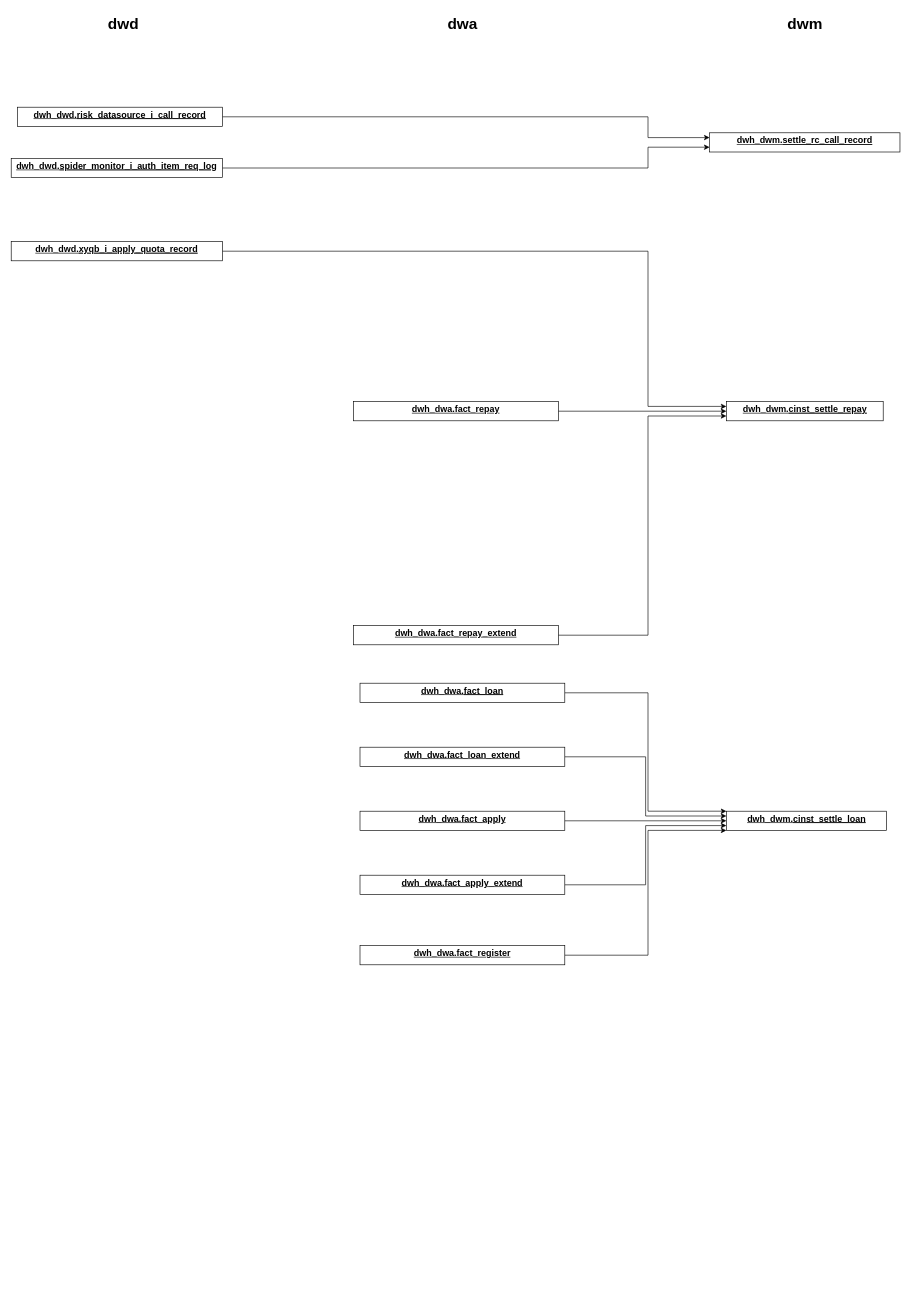
This is dw_layers.drawio from wangsun870/drawio, a draw.io file, before an edit. Source tidied: cells renumbered, new cells numbered last; positions are measured from the earlier drawing's top-left corner, leaving out a move shared by most shapes. Both pictures are drawn from the tidied source at 64%, with x=0, y=0 at pixel (11, 11).
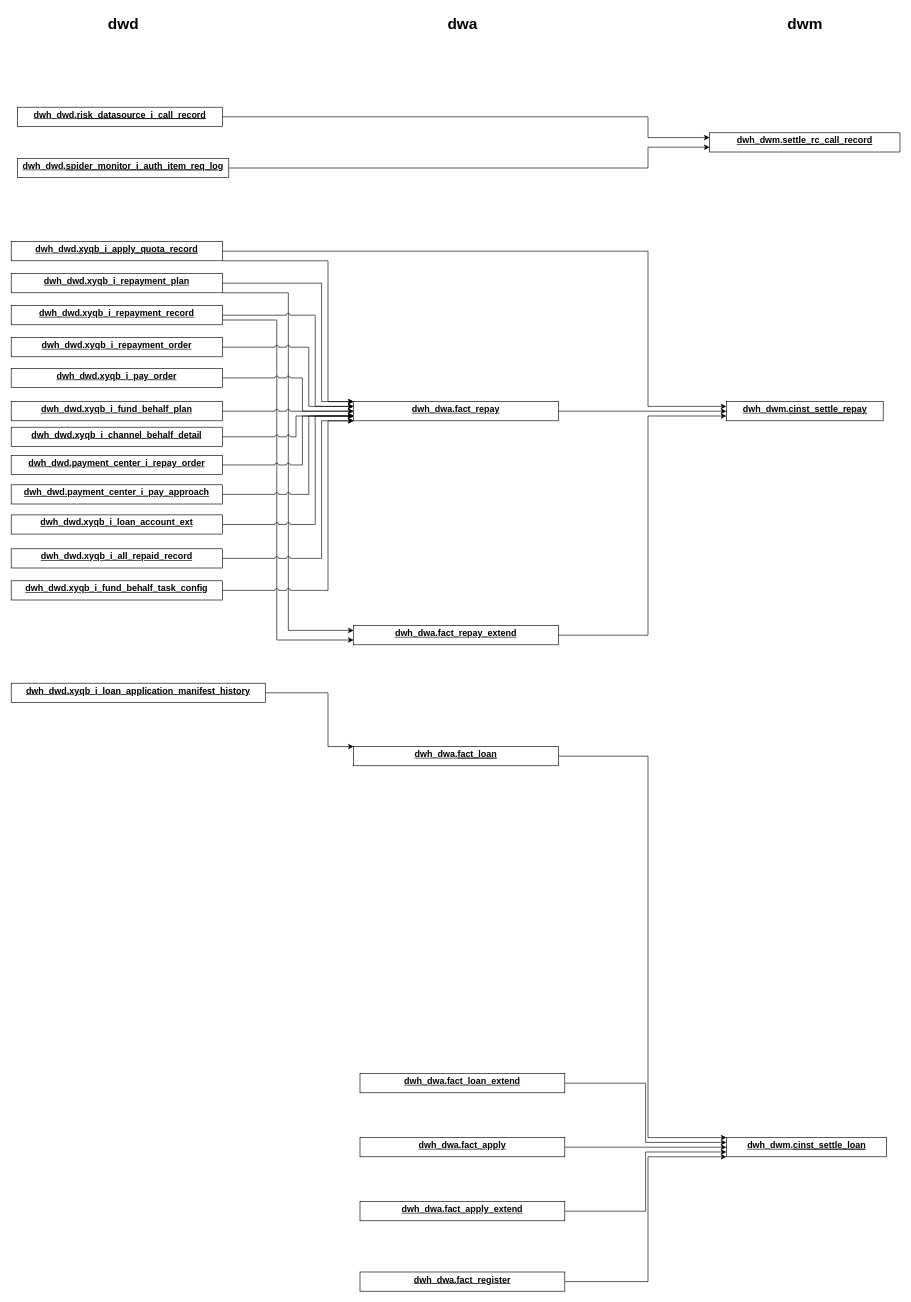
Above is the later version.

Unchanged cells that the change refers to:
```xml
<mxCell id="17" value="&lt;p style=&quot;margin: 4px 0px 0px ; text-align: center&quot;&gt;&lt;span style=&quot;font-size: 14px&quot;&gt;&lt;b&gt;&lt;u&gt;dwh_dwa.fact_repay&lt;/u&gt;&lt;/b&gt;&lt;/span&gt;&lt;br&gt;&lt;/p&gt;" style="verticalAlign=top;align=left;overflow=fill;fontSize=12;fontFamily=Helvetica;html=1;rounded=0;shadow=0;comic=0;labelBackgroundColor=none;strokeWidth=1;" parent="1" vertex="1">
  <mxGeometry x="535" y="610" width="320" height="30" as="geometry" />
</mxCell>
<mxCell id="19" value="&lt;p style=&quot;margin: 4px 0px 0px ; text-align: center&quot;&gt;&lt;span style=&quot;font-size: 14px&quot;&gt;&lt;b&gt;&lt;u&gt;dwh_dwa.fact_repay_extend&lt;/u&gt;&lt;/b&gt;&lt;/span&gt;&lt;br&gt;&lt;/p&gt;" style="verticalAlign=top;align=left;overflow=fill;fontSize=12;fontFamily=Helvetica;html=1;rounded=0;shadow=0;comic=0;labelBackgroundColor=none;strokeWidth=1;" parent="1" vertex="1">
  <mxGeometry x="535" y="960" width="320" height="30" as="geometry" />
</mxCell>
<mxCell id="27" value="&lt;p style=&quot;margin: 0px ; margin-top: 4px ; text-align: center ; text-decoration: underline&quot;&gt;&lt;b&gt;&lt;font style=&quot;font-size: 14px&quot;&gt;dwh_dwd.&lt;/font&gt;&lt;/b&gt;&lt;b style=&quot;font-size: 14px&quot;&gt;&lt;u&gt;xyqb_i_apply_quota_record&lt;/u&gt;&lt;/b&gt;&lt;/p&gt;" style="verticalAlign=top;align=left;overflow=fill;fontSize=12;fontFamily=Helvetica;html=1;rounded=0;shadow=0;comic=0;labelBackgroundColor=none;strokeWidth=1;" parent="1" vertex="1">
  <mxGeometry y="360" width="330" height="30" as="geometry" />
</mxCell>
```

What changed in the source:
```diff
@@
     <mxCell id="5" value="&lt;p style=&quot;margin: 0px ; margin-top: 4px ; text-align: center ; text-decoration: underline&quot;&gt;&lt;b&gt;&lt;font style=&quot;font-size: 14px&quot;&gt;dwh_dwm.&lt;/font&gt;&lt;/b&gt;&lt;b style=&quot;font-size: 14px&quot;&gt;&lt;u&gt;cinst_settle_loan&lt;/u&gt;&lt;/b&gt;&lt;/p&gt;&lt;p style=&quot;margin: 0px ; margin-top: 4px ; text-align: center ; text-decoration: underline&quot;&gt;&lt;b&gt;&lt;br&gt;&lt;/b&gt;&lt;/p&gt;" style="verticalAlign=top;align=left;overflow=fill;fontSize=12;fontFamily=Helvetica;html=1;rounded=0;shadow=0;comic=0;labelBackgroundColor=none;strokeWidth=1;" parent="1" vertex="1">
-      <mxGeometry x="1117.5" y="1250" width="250" height="30" as="geometry" />
+      <mxGeometry x="1117.5" y="1760" width="250" height="30" as="geometry" />
     </mxCell>
@@
     <mxCell id="11" value="&lt;p style=&quot;margin: 0px ; margin-top: 4px ; text-align: center ; text-decoration: underline&quot;&gt;&lt;b&gt;&lt;font style=&quot;font-size: 14px&quot;&gt;dwh_dwd.&lt;/font&gt;&lt;/b&gt;&lt;b style=&quot;font-size: 14px&quot;&gt;&lt;u&gt;spider_monitor_i_auth_item_req_log&lt;/u&gt;&lt;/b&gt;&lt;/p&gt;&lt;p style=&quot;margin: 0px ; margin-top: 4px ; text-align: center ; text-decoration: underline&quot;&gt;&lt;b&gt;&lt;br&gt;&lt;/b&gt;&lt;/p&gt;" style="verticalAlign=top;align=left;overflow=fill;fontSize=12;fontFamily=Helvetica;html=1;rounded=0;shadow=0;comic=0;labelBackgroundColor=none;strokeWidth=1;" parent="1" vertex="1">
-      <mxGeometry y="230" width="330" height="30" as="geometry" />
+      <mxGeometry x="10" y="230" width="330" height="30" as="geometry" />
     </mxCell>
     <mxCell id="12" style="edgeStyle=orthogonalEdgeStyle;rounded=0;jettySize=auto;html=1;entryX=0;entryY=0;entryDx=0;entryDy=0;" parent="1" edge="1" source="13" target="5">
       <mxGeometry relative="1" as="geometry">
         <Array as="points">
-          <mxPoint x="995" y="1065" />
-          <mxPoint x="995" y="1250" />
+          <mxPoint x="695" y="1164" />
+          <mxPoint x="995" y="1164" />
+          <mxPoint x="995" y="1760" />
         </Array>
       </mxGeometry>
     </mxCell>
     <mxCell id="13" value="&lt;p style=&quot;margin: 0px ; margin-top: 4px ; text-align: center ; text-decoration: underline&quot;&gt;&lt;b&gt;&lt;font style=&quot;font-size: 14px&quot;&gt;dwh_dwa.&lt;/font&gt;&lt;/b&gt;&lt;b style=&quot;font-size: 14px&quot;&gt;&lt;u&gt;fact_loan&lt;/u&gt;&lt;/b&gt;&lt;/p&gt;&lt;p style=&quot;margin: 0px ; margin-top: 4px ; text-align: center ; text-decoration: underline&quot;&gt;&lt;b&gt;&lt;br&gt;&lt;/b&gt;&lt;/p&gt;" style="verticalAlign=top;align=left;overflow=fill;fontSize=12;fontFamily=Helvetica;html=1;rounded=0;shadow=0;comic=0;labelBackgroundColor=none;strokeWidth=1;" parent="1" vertex="1">
-      <mxGeometry x="545" y="1050" width="320" height="30" as="geometry" />
+      <mxGeometry x="535" y="1149" width="320" height="30" as="geometry" />
     </mxCell>
@@
     <mxCell id="15" value="&lt;p style=&quot;margin: 4px 0px 0px ; text-align: center&quot;&gt;&lt;span style=&quot;font-size: 14px&quot;&gt;&lt;b&gt;&lt;u&gt;dwh_dwa.fact_loan_extend&lt;/u&gt;&lt;/b&gt;&lt;/span&gt;&lt;br&gt;&lt;/p&gt;" style="verticalAlign=top;align=left;overflow=fill;fontSize=12;fontFamily=Helvetica;html=1;rounded=0;shadow=0;comic=0;labelBackgroundColor=none;strokeWidth=1;" parent="1" vertex="1">
-      <mxGeometry x="545" y="1150" width="320" height="30" as="geometry" />
+      <mxGeometry x="545" y="1660" width="320" height="30" as="geometry" />
     </mxCell>
@@
     <mxCell id="21" value="&lt;p style=&quot;margin: 4px 0px 0px ; text-align: center&quot;&gt;&lt;span style=&quot;font-size: 14px&quot;&gt;&lt;b&gt;&lt;u&gt;dwh_dwa.fact_apply&lt;/u&gt;&lt;/b&gt;&lt;/span&gt;&lt;br&gt;&lt;/p&gt;" style="verticalAlign=top;align=left;overflow=fill;fontSize=12;fontFamily=Helvetica;html=1;rounded=0;shadow=0;comic=0;labelBackgroundColor=none;strokeWidth=1;" parent="1" vertex="1">
-      <mxGeometry x="545" y="1250" width="320" height="30" as="geometry" />
+      <mxGeometry x="545" y="1760" width="320" height="30" as="geometry" />
     </mxCell>
@@
     <mxCell id="23" value="&lt;p style=&quot;margin: 4px 0px 0px ; text-align: center&quot;&gt;&lt;span style=&quot;font-size: 14px&quot;&gt;&lt;b&gt;&lt;u&gt;dwh_dwa.fact_apply_extend&lt;/u&gt;&lt;/b&gt;&lt;/span&gt;&lt;br&gt;&lt;/p&gt;" style="verticalAlign=top;align=left;overflow=fill;fontSize=12;fontFamily=Helvetica;html=1;rounded=0;shadow=0;comic=0;labelBackgroundColor=none;strokeWidth=1;" parent="1" vertex="1">
-      <mxGeometry x="545" y="1350" width="320" height="30" as="geometry" />
+      <mxGeometry x="545" y="1860" width="320" height="30" as="geometry" />
     </mxCell>
     <mxCell id="24" style="edgeStyle=orthogonalEdgeStyle;rounded=0;jettySize=auto;html=1;entryX=0;entryY=1;entryDx=0;entryDy=0;" parent="1" edge="1" source="25" target="5">
       <mxGeometry relative="1" as="geometry">
         <Array as="points">
-          <mxPoint x="995" y="1475" />
-          <mxPoint x="995" y="1280" />
+          <mxPoint x="995" y="1985" />
+          <mxPoint x="995" y="1790" />
         </Array>
       </mxGeometry>
     </mxCell>
     <mxCell id="25" value="&lt;p style=&quot;margin: 4px 0px 0px ; text-align: center&quot;&gt;&lt;span style=&quot;font-size: 14px&quot;&gt;&lt;b&gt;&lt;u&gt;dwh_dwa.fact_register&lt;/u&gt;&lt;/b&gt;&lt;/span&gt;&lt;br&gt;&lt;/p&gt;" style="verticalAlign=top;align=left;overflow=fill;fontSize=12;fontFamily=Helvetica;html=1;rounded=0;shadow=0;comic=0;labelBackgroundColor=none;strokeWidth=1;" parent="1" vertex="1">
-      <mxGeometry x="545" y="1460" width="320" height="30" as="geometry" />
+      <mxGeometry x="545" y="1970" width="320" height="30" as="geometry" />
     </mxCell>
@@
+    <mxCell id="28" style="edgeStyle=orthogonalEdgeStyle;rounded=0;jettySize=auto;html=1;entryX=0;entryY=0;entryDx=0;entryDy=0;jumpStyle=arc;" parent="1" edge="1" source="27" target="17">
+      <mxGeometry relative="1" as="geometry">
+        <Array as="points">
+          <mxPoint x="495" y="390" />
+          <mxPoint x="495" y="610" />
+        </Array>
+      </mxGeometry>
+    </mxCell>
@@
+    <mxCell id="29" style="edgeStyle=orthogonalEdgeStyle;rounded=0;jettySize=auto;html=1;entryX=0;entryY=0;entryDx=0;entryDy=0;jumpStyle=arc;" parent="1" edge="1" source="31" target="17">
+      <mxGeometry relative="1" as="geometry">
+        <Array as="points">
+          <mxPoint x="485" y="425" />
+          <mxPoint x="485" y="610" />
+        </Array>
+      </mxGeometry>
+    </mxCell>
+    <mxCell id="30" style="edgeStyle=orthogonalEdgeStyle;rounded=0;jettySize=auto;html=1;entryX=0;entryY=0.25;entryDx=0;entryDy=0;jumpStyle=arc;" parent="1" edge="1" source="31" target="19">
+      <mxGeometry relative="1" as="geometry">
+        <Array as="points">
+          <mxPoint x="433" y="440" />
+          <mxPoint x="433" y="968" />
+        </Array>
+      </mxGeometry>
+    </mxCell>
+    <mxCell id="31" value="&lt;p style=&quot;margin: 4px 0px 0px ; text-align: center&quot;&gt;&lt;span style=&quot;font-size: 14px&quot;&gt;&lt;b&gt;&lt;u&gt;dwh_dwd.xyqb_i_repayment_plan&lt;/u&gt;&lt;/b&gt;&lt;/span&gt;&lt;br&gt;&lt;/p&gt;" style="verticalAlign=top;align=left;overflow=fill;fontSize=12;fontFamily=Helvetica;html=1;rounded=0;shadow=0;comic=0;labelBackgroundColor=none;strokeWidth=1;" parent="1" vertex="1">
+      <mxGeometry y="410" width="330" height="30" as="geometry" />
+    </mxCell>
+    <mxCell id="32" style="edgeStyle=orthogonalEdgeStyle;rounded=0;jettySize=auto;html=1;entryX=0;entryY=0.25;entryDx=0;entryDy=0;jumpStyle=arc;" parent="1" edge="1" source="34" target="17">
+      <mxGeometry relative="1" as="geometry">
+        <Array as="points">
+          <mxPoint x="475" y="475" />
+          <mxPoint x="475" y="618" />
+        </Array>
+      </mxGeometry>
+    </mxCell>
+    <mxCell id="33" style="edgeStyle=orthogonalEdgeStyle;rounded=0;jumpStyle=arc;jettySize=auto;html=1;entryX=0;entryY=0.75;entryDx=0;entryDy=0;exitX=1;exitY=0.75;exitDx=0;exitDy=0;" parent="1" edge="1" source="34" target="19">
+      <mxGeometry relative="1" as="geometry">
+        <Array as="points">
+          <mxPoint x="415" y="483" />
+          <mxPoint x="415" y="983" />
+        </Array>
+      </mxGeometry>
+    </mxCell>
+    <mxCell id="34" value="&lt;p style=&quot;margin: 4px 0px 0px ; text-align: center&quot;&gt;&lt;span style=&quot;font-size: 14px&quot;&gt;&lt;b&gt;&lt;u&gt;dwh_dwd.xyqb_i_repayment_record&lt;/u&gt;&lt;/b&gt;&lt;/span&gt;&lt;br&gt;&lt;/p&gt;" style="verticalAlign=top;align=left;overflow=fill;fontSize=12;fontFamily=Helvetica;html=1;rounded=0;shadow=0;comic=0;labelBackgroundColor=none;strokeWidth=1;" parent="1" vertex="1">
+      <mxGeometry y="460" width="330" height="30" as="geometry" />
+    </mxCell>
+    <mxCell id="35" style="edgeStyle=orthogonalEdgeStyle;rounded=0;jettySize=auto;html=1;entryX=0;entryY=0.25;entryDx=0;entryDy=0;jumpStyle=arc;" parent="1" edge="1" source="36" target="17">
+      <mxGeometry relative="1" as="geometry">
+        <Array as="points">
+          <mxPoint x="465" y="525" />
+          <mxPoint x="465" y="618" />
+        </Array>
+      </mxGeometry>
+    </mxCell>
+    <mxCell id="36" value="&lt;p style=&quot;margin: 4px 0px 0px ; text-align: center&quot;&gt;&lt;span style=&quot;font-size: 14px&quot;&gt;&lt;b&gt;&lt;u&gt;dwh_dwd.xyqb_i_repayment_order&lt;/u&gt;&lt;/b&gt;&lt;/span&gt;&lt;br&gt;&lt;/p&gt;" style="verticalAlign=top;align=left;overflow=fill;fontSize=12;fontFamily=Helvetica;html=1;rounded=0;shadow=0;comic=0;labelBackgroundColor=none;strokeWidth=1;" parent="1" vertex="1">
+      <mxGeometry y="510" width="330" height="30" as="geometry" />
+    </mxCell>
+    <mxCell id="37" style="edgeStyle=orthogonalEdgeStyle;rounded=0;jettySize=auto;html=1;entryX=0;entryY=0.5;entryDx=0;entryDy=0;jumpStyle=arc;" parent="1" edge="1" source="38" target="17">
+      <mxGeometry relative="1" as="geometry">
+        <Array as="points">
+          <mxPoint x="455" y="573" />
+          <mxPoint x="455" y="625" />
+        </Array>
+      </mxGeometry>
+    </mxCell>
+    <mxCell id="38" value="&lt;p style=&quot;margin: 4px 0px 0px ; text-align: center&quot;&gt;&lt;span style=&quot;font-size: 14px&quot;&gt;&lt;b&gt;&lt;u&gt;dwh_dwd.xyqb_i_pay_order&lt;/u&gt;&lt;/b&gt;&lt;/span&gt;&lt;br&gt;&lt;/p&gt;" style="verticalAlign=top;align=left;overflow=fill;fontSize=12;fontFamily=Helvetica;html=1;rounded=0;shadow=0;comic=0;labelBackgroundColor=none;strokeWidth=1;" parent="1" vertex="1">
+      <mxGeometry y="558" width="330" height="30" as="geometry" />
+    </mxCell>
+    <mxCell id="39" style="edgeStyle=orthogonalEdgeStyle;rounded=0;jettySize=auto;html=1;entryX=0;entryY=0.5;entryDx=0;entryDy=0;jumpStyle=arc;" parent="1" edge="1" source="40" target="17">
+      <mxGeometry relative="1" as="geometry" />
+    </mxCell>
+    <mxCell id="40" value="&lt;p style=&quot;margin: 4px 0px 0px ; text-align: center&quot;&gt;&lt;span style=&quot;font-size: 14px&quot;&gt;&lt;b&gt;&lt;u&gt;dwh_dwd.xyqb_i_fund_behalf_plan&lt;/u&gt;&lt;/b&gt;&lt;/span&gt;&lt;br&gt;&lt;/p&gt;" style="verticalAlign=top;align=left;overflow=fill;fontSize=12;fontFamily=Helvetica;html=1;rounded=0;shadow=0;comic=0;labelBackgroundColor=none;strokeWidth=1;" parent="1" vertex="1">
+      <mxGeometry y="610" width="330" height="30" as="geometry" />
+    </mxCell>
+    <mxCell id="41" style="edgeStyle=orthogonalEdgeStyle;rounded=0;jettySize=auto;html=1;entryX=0;entryY=0.75;entryDx=0;entryDy=0;jumpStyle=arc;" parent="1" edge="1" source="42" target="17">
+      <mxGeometry relative="1" as="geometry">
+        <Array as="points">
+          <mxPoint x="445" y="665" />
+          <mxPoint x="445" y="633" />
+        </Array>
+      </mxGeometry>
+    </mxCell>
+    <mxCell id="42" value="&lt;p style=&quot;margin: 4px 0px 0px ; text-align: center&quot;&gt;&lt;span style=&quot;font-size: 14px&quot;&gt;&lt;b&gt;&lt;u&gt;dwh_dwd.xyqb_i_channel_behalf_detail&lt;/u&gt;&lt;/b&gt;&lt;/span&gt;&lt;br&gt;&lt;/p&gt;" style="verticalAlign=top;align=left;overflow=fill;fontSize=12;fontFamily=Helvetica;html=1;rounded=0;shadow=0;comic=0;labelBackgroundColor=none;strokeWidth=1;" parent="1" vertex="1">
+      <mxGeometry y="650" width="330" height="30" as="geometry" />
+    </mxCell>
+    <mxCell id="43" style="edgeStyle=orthogonalEdgeStyle;rounded=0;jettySize=auto;html=1;entryX=0;entryY=0.75;entryDx=0;entryDy=0;jumpStyle=arc;" parent="1" edge="1" source="44" target="17">
+      <mxGeometry relative="1" as="geometry">
+        <Array as="points">
+          <mxPoint x="455" y="709" />
+          <mxPoint x="455" y="633" />
+        </Array>
+      </mxGeometry>
+    </mxCell>
+    <mxCell id="44" value="&lt;p style=&quot;margin: 4px 0px 0px ; text-align: center&quot;&gt;&lt;span style=&quot;font-size: 14px&quot;&gt;&lt;b&gt;&lt;u&gt;dwh_dwd.payment_center_i_repay_order&lt;/u&gt;&lt;/b&gt;&lt;/span&gt;&lt;br&gt;&lt;/p&gt;" style="verticalAlign=top;align=left;overflow=fill;fontSize=12;fontFamily=Helvetica;html=1;rounded=0;shadow=0;comic=0;labelBackgroundColor=none;strokeWidth=1;" parent="1" vertex="1">
+      <mxGeometry y="694" width="330" height="30" as="geometry" />
+    </mxCell>
+    <mxCell id="45" style="edgeStyle=orthogonalEdgeStyle;rounded=0;jettySize=auto;html=1;entryX=0;entryY=0.75;entryDx=0;entryDy=0;jumpStyle=arc;" parent="1" edge="1" source="46" target="17">
+      <mxGeometry relative="1" as="geometry">
+        <Array as="points">
+          <mxPoint x="465" y="755" />
+          <mxPoint x="465" y="633" />
+        </Array>
+      </mxGeometry>
+    </mxCell>
+    <mxCell id="46" value="&lt;p style=&quot;margin: 4px 0px 0px ; text-align: center&quot;&gt;&lt;span style=&quot;font-size: 14px&quot;&gt;&lt;b&gt;&lt;u&gt;dwh_dwd.payment_center_i_pay_approach&lt;/u&gt;&lt;/b&gt;&lt;/span&gt;&lt;br&gt;&lt;/p&gt;" style="verticalAlign=top;align=left;overflow=fill;fontSize=12;fontFamily=Helvetica;html=1;rounded=0;shadow=0;comic=0;labelBackgroundColor=none;strokeWidth=1;" parent="1" vertex="1">
+      <mxGeometry y="740" width="330" height="30" as="geometry" />
+    </mxCell>
+    <mxCell id="47" style="edgeStyle=orthogonalEdgeStyle;rounded=0;jettySize=auto;html=1;entryX=0;entryY=0.75;entryDx=0;entryDy=0;jumpStyle=arc;" parent="1" edge="1" source="48" target="17">
+      <mxGeometry relative="1" as="geometry">
+        <Array as="points">
+          <mxPoint x="475" y="802" />
+          <mxPoint x="475" y="633" />
+        </Array>
+      </mxGeometry>
+    </mxCell>
+    <mxCell id="48" value="&lt;p style=&quot;margin: 4px 0px 0px ; text-align: center&quot;&gt;&lt;span style=&quot;font-size: 14px&quot;&gt;&lt;b&gt;&lt;u&gt;dwh_dwd.xyqb_i_loan_account_ext&lt;/u&gt;&lt;/b&gt;&lt;/span&gt;&lt;br&gt;&lt;/p&gt;" style="verticalAlign=top;align=left;overflow=fill;fontSize=12;fontFamily=Helvetica;html=1;rounded=0;shadow=0;comic=0;labelBackgroundColor=none;strokeWidth=1;" parent="1" vertex="1">
+      <mxGeometry y="787" width="330" height="30" as="geometry" />
+    </mxCell>
+    <mxCell id="49" style="edgeStyle=orthogonalEdgeStyle;rounded=0;jettySize=auto;html=1;entryX=0;entryY=1;entryDx=0;entryDy=0;jumpStyle=arc;" parent="1" edge="1" source="50" target="17">
+      <mxGeometry relative="1" as="geometry">
+        <Array as="points">
+          <mxPoint x="485" y="855" />
+          <mxPoint x="485" y="640" />
+        </Array>
+      </mxGeometry>
+    </mxCell>
+    <mxCell id="50" value="&lt;p style=&quot;margin: 4px 0px 0px ; text-align: center&quot;&gt;&lt;span style=&quot;font-size: 14px&quot;&gt;&lt;b&gt;&lt;u&gt;dwh_dwd.xyqb_i_all_repaid_record&lt;/u&gt;&lt;/b&gt;&lt;/span&gt;&lt;br&gt;&lt;/p&gt;" style="verticalAlign=top;align=left;overflow=fill;fontSize=12;fontFamily=Helvetica;html=1;rounded=0;shadow=0;comic=0;labelBackgroundColor=none;strokeWidth=1;" parent="1" vertex="1">
+      <mxGeometry y="840" width="330" height="30" as="geometry" />
+    </mxCell>
+    <mxCell id="51" style="edgeStyle=orthogonalEdgeStyle;rounded=0;jettySize=auto;html=1;entryX=0;entryY=1;entryDx=0;entryDy=0;jumpStyle=arc;" parent="1" edge="1" source="52" target="17">
+      <mxGeometry relative="1" as="geometry">
+        <Array as="points">
+          <mxPoint x="495" y="905" />
+          <mxPoint x="495" y="640" />
+        </Array>
+      </mxGeometry>
+    </mxCell>
+    <mxCell id="52" value="&lt;p style=&quot;margin: 4px 0px 0px ; text-align: center&quot;&gt;&lt;span style=&quot;font-size: 14px&quot;&gt;&lt;b&gt;&lt;u&gt;dwh_dwd.xyqb_i_fund_behalf_task_config&lt;/u&gt;&lt;/b&gt;&lt;/span&gt;&lt;br&gt;&lt;/p&gt;" style="verticalAlign=top;align=left;overflow=fill;fontSize=12;fontFamily=Helvetica;html=1;rounded=0;shadow=0;comic=0;labelBackgroundColor=none;strokeWidth=1;" parent="1" vertex="1">
+      <mxGeometry y="890" width="330" height="30" as="geometry" />
+    </mxCell>
+    <mxCell id="53" style="edgeStyle=orthogonalEdgeStyle;rounded=0;jettySize=auto;html=1;entryX=0;entryY=0;entryDx=0;entryDy=0;jumpStyle=arc;" parent="1" edge="1" source="54" target="13">
+      <mxGeometry relative="1" as="geometry">
+        <Array as="points">
+          <mxPoint x="495" y="1065" />
+          <mxPoint x="495" y="1149" />
+        </Array>
+      </mxGeometry>
+    </mxCell>
+    <mxCell id="54" value="&lt;p style=&quot;margin: 4px 0px 0px ; text-align: center&quot;&gt;&lt;span style=&quot;font-size: 14px&quot;&gt;&lt;b&gt;&lt;u&gt;dwh_dwd.xyqb_i_loan_application_manifest_history&lt;/u&gt;&lt;/b&gt;&lt;/span&gt;&lt;br&gt;&lt;/p&gt;" style="verticalAlign=top;align=left;overflow=fill;fontSize=12;fontFamily=Helvetica;html=1;rounded=0;shadow=0;comic=0;labelBackgroundColor=none;strokeWidth=1;" parent="1" vertex="1">
+      <mxGeometry y="1050" width="397" height="30" as="geometry" />
+    </mxCell>
```
